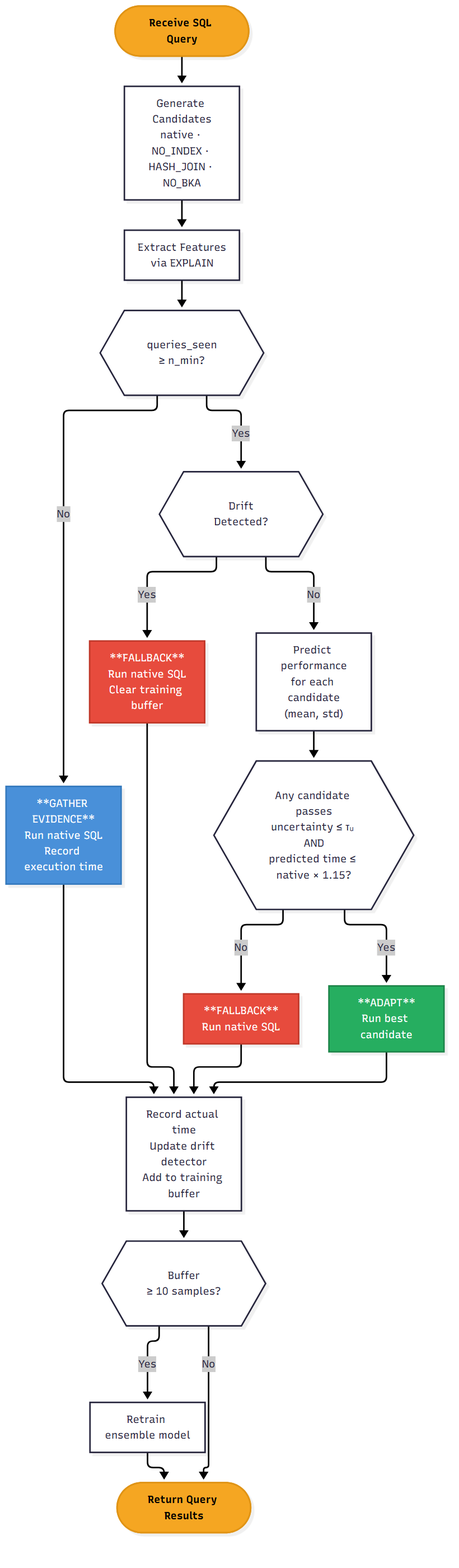
Above: paper/project-report-template/figures/sage_flowchart.png in Padmesh-21/QueryPilot (Mermaid), before the change. Its source is kept beside it as diagrams/sage_flowchart.mmd.
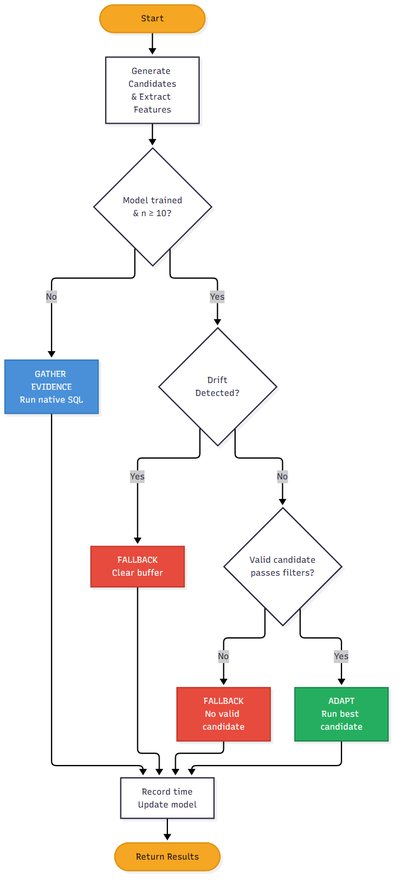
After the commit.

Diff of the diagram source:
```diff
@@ -1,32 +1,21 @@
 flowchart TD
-    A(["`**Receive SQL Query**`"]) --> B["Generate Candidates\nnative · NO_INDEX · HASH_JOIN · NO_BKA"]
-    B --> C["Extract Features\nvia EXPLAIN"]
-    C --> D{{"queries_seen\n≥ n_min?"}}
+    A([Start]) --> B[Generate Candidates\n& Extract Features]
+    B --> C{Model trained\n& n ≥ 10?}
+    C -- No --> D[GATHER EVIDENCE\nRun native SQL]
+    C -- Yes --> E{Drift\nDetected?}
+    E -- Yes --> F[FALLBACK\nClear buffer]
+    E -- No --> G{Valid candidate\npasses filters?}
+    G -- No --> H[FALLBACK\nNo valid candidate]
+    G -- Yes --> I[ADAPT\nRun best candidate]
+    D --> J[Record time\nUpdate model]
+    F --> J
+    H --> J
+    I --> J
+    J --> K([Return Results])
 
-    D -->|No| E["**GATHER EVIDENCE**\nRun native SQL\nRecord execution time"]
-    D -->|Yes| F{{"Drift\nDetected?"}}
-
-    F -->|Yes| G["**FALLBACK**\nRun native SQL\nClear training buffer"]
-    F -->|No| H["Predict performance\nfor each candidate\n(mean, std)"]
-
-    H --> I{{"Any candidate passes\nuncertainty ≤ τᵤ AND\npredicted time ≤ native × 1.15?"}}
-
-    I -->|No| J["**FALLBACK**\nRun native SQL"]
-    I -->|Yes| K["**ADAPT**\nRun best candidate"]
-
-    E --> L["Record actual time\nUpdate drift detector\nAdd to training buffer"]
-    G --> L
-    J --> L
-    K --> L
-
-    L --> M{{"Buffer\n≥ 10 samples?"}}
-    M -->|Yes| N["Retrain ensemble model"]
-    M -->|No| O(["`**Return Query Results**`"])
-    N --> O
-
-    style E fill:#4a90d9,stroke:#357abd,color:#fff
-    style G fill:#e74c3c,stroke:#c0392b,color:#fff
-    style J fill:#e74c3c,stroke:#c0392b,color:#fff
-    style K fill:#27ae60,stroke:#1e8449,color:#fff
+    style D fill:#4a90d9,stroke:#357abd,color:#fff
+    style F fill:#e74c3c,stroke:#c0392b,color:#fff
+    style H fill:#e74c3c,stroke:#c0392b,color:#fff
+    style I fill:#27ae60,stroke:#1e8449,color:#fff
     style A fill:#f5a623,stroke:#e09415,color:#000
-    style O fill:#f5a623,stroke:#e09415,color:#000
+    style K fill:#f5a623,stroke:#e09415,color:#000
```
